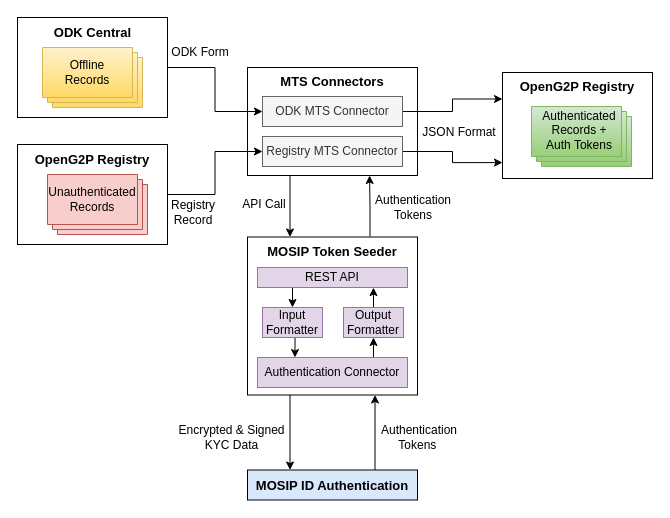
Before: .gitbook/assets/authentication-using-mts.drawio in OpenG2P/openg2p-documentation, a draw.io diagram. Source tidied: cells renumbered, new cells numbered last; positions are measured from the earlier drawing's top-left corner, leaving out a move shared by most shapes. Both pictures are drawn from the tidied source at 100%, with x=0, y=0 at pixel (17, 17).
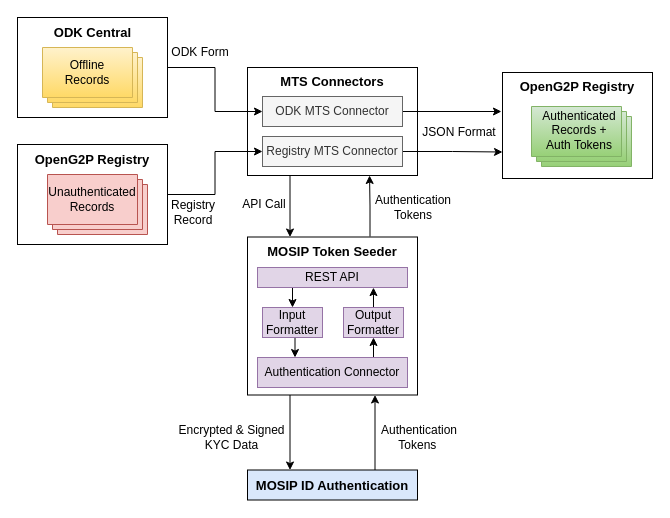
Above is the later version.

The change refers to these unchanged cells:
```xml
<mxCell id="2" style="rounded=0;whiteSpace=wrap;html=1;fontSize=16;" parent="1" vertex="1">
  <mxGeometry x="485" y="55" width="150" height="106" as="geometry" />
</mxCell>
<mxCell id="37" value="ODK MTS Connector" style="rounded=0;whiteSpace=wrap;html=1;fillColor=#f5f5f5;fontColor=#333333;strokeColor=#666666;" parent="1" vertex="1">
  <mxGeometry x="245" y="79" width="140" height="30" as="geometry" />
</mxCell>
<mxCell id="39" value="Registry MTS Connector" style="rounded=0;whiteSpace=wrap;html=1;fillColor=#f5f5f5;fontColor=#333333;strokeColor=#666666;" parent="1" vertex="1">
  <mxGeometry x="245" y="119" width="140" height="30" as="geometry" />
</mxCell>
```

What changed in the source:
```diff
@@
-    <mxCell id="36" style="edgeStyle=orthogonalEdgeStyle;rounded=0;jettySize=auto;html=1;exitX=1;exitY=0.5;exitDx=0;exitDy=0;entryX=0;entryY=0.25;entryDx=0;entryDy=0;" parent="1" edge="1" source="37" target="2">
+    <mxCell id="36" style="edgeStyle=orthogonalEdgeStyle;rounded=0;jettySize=auto;html=1;exitX=1;exitY=0.5;exitDx=0;exitDy=0;entryX=-0.007;entryY=0.368;entryDx=0;entryDy=0;entryPerimeter=0;" parent="1" edge="1" source="37" target="2">
       <mxGeometry relative="1" as="geometry" />
     </mxCell>
@@
-    <mxCell id="38" style="edgeStyle=orthogonalEdgeStyle;rounded=0;jettySize=auto;html=1;exitX=1;exitY=0.5;exitDx=0;exitDy=0;entryX=0;entryY=0.85;entryDx=0;entryDy=0;entryPerimeter=0;" parent="1" edge="1" source="39" target="2">
+    <mxCell id="38" style="edgeStyle=orthogonalEdgeStyle;rounded=0;jettySize=auto;html=1;exitX=1;exitY=0.5;exitDx=0;exitDy=0;entryX=0;entryY=0.75;entryDx=0;entryDy=0;" parent="1" edge="1" source="39" target="2">
       <mxGeometry relative="1" as="geometry" />
     </mxCell>
```
